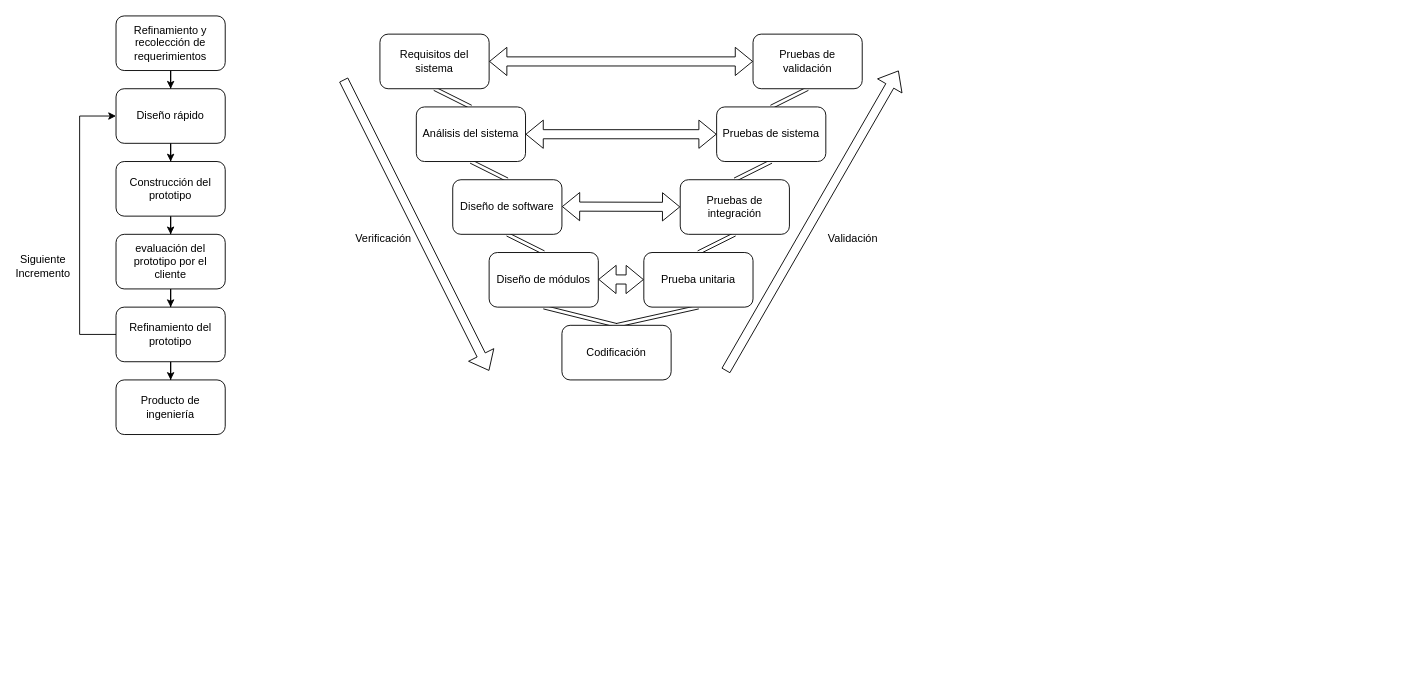
This is Untitled Diagram.drawio from CesarIsraelLeonCifuentes/VideojuegoTesis, a draw.io file, before an edit. Source tidied: cells renumbered, new cells numbered last; positions are measured from the earlier drawing's top-left corner, leaving out a move shared by most shapes. Both pictures are drawn from the tidied source at 91%, with x=0, y=0 at pixel (15, 15).
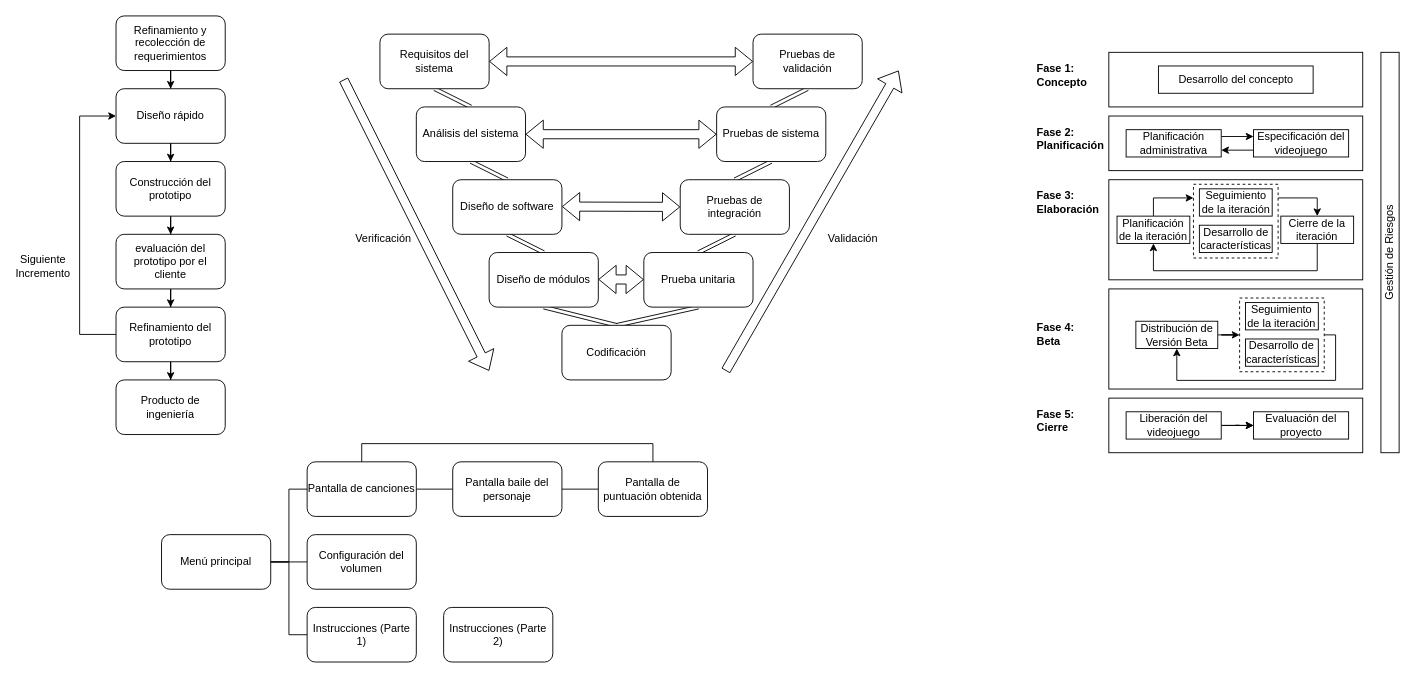
The same page after the edit.

What changed in the source:
```diff
@@
+    <mxCell id="40" style="rounded=0;whiteSpace=wrap;html=1;" parent="1" vertex="1">
+      <mxGeometry x="1201" y="40" width="279" height="60" as="geometry" />
+    </mxCell>
+    <mxCell id="41" value="Desarrollo del concepto" style="rounded=0;whiteSpace=wrap;html=1;" parent="1" vertex="1">
+      <mxGeometry x="1255.5" y="55" width="170" height="30" as="geometry" />
+    </mxCell>
+    <mxCell id="42" value="&lt;b&gt;Fase 1:&lt;br&gt;Concepto&lt;br&gt;&lt;/b&gt;" style="text;html=1;strokeColor=none;fillColor=none;align=left;verticalAlign=middle;whiteSpace=wrap;rounded=0;" parent="1" vertex="1">
+      <mxGeometry x="1120" y="50" width="60" height="30" as="geometry" />
+    </mxCell>
+    <mxCell id="43" style="rounded=0;whiteSpace=wrap;html=1;" parent="1" vertex="1">
+      <mxGeometry x="1201" y="110" width="279" height="60" as="geometry" />
+    </mxCell>
+    <mxCell id="44" style="edgeStyle=orthogonalEdgeStyle;rounded=0;jettySize=auto;html=1;exitX=1;exitY=0.25;exitDx=0;exitDy=0;entryX=0;entryY=0.25;entryDx=0;entryDy=0;" parent="1" edge="1" source="45" target="48">
+      <mxGeometry relative="1" as="geometry" />
+    </mxCell>
+    <mxCell id="45" value="Planificación administrativa" style="rounded=0;whiteSpace=wrap;html=1;" parent="1" vertex="1">
+      <mxGeometry x="1220" y="125" width="104.5" height="30" as="geometry" />
+    </mxCell>
+    <mxCell id="46" value="&lt;b&gt;Fase 2:&lt;br&gt;Planificación&lt;br&gt;&lt;/b&gt;" style="text;html=1;strokeColor=none;fillColor=none;align=left;verticalAlign=middle;whiteSpace=wrap;rounded=0;" parent="1" vertex="1">
+      <mxGeometry x="1120" y="120" width="80" height="30" as="geometry" />
+    </mxCell>
+    <mxCell id="47" style="edgeStyle=orthogonalEdgeStyle;rounded=0;jettySize=auto;html=1;entryX=1;entryY=0.75;entryDx=0;entryDy=0;exitX=0;exitY=0.75;exitDx=0;exitDy=0;" parent="1" edge="1" source="48" target="45">
+      <mxGeometry relative="1" as="geometry" />
+    </mxCell>
+    <mxCell id="48" value="Especificación del videojuego" style="rounded=0;whiteSpace=wrap;html=1;" parent="1" vertex="1">
+      <mxGeometry x="1360" y="125" width="104.5" height="30" as="geometry" />
+    </mxCell>
+    <mxCell id="49" style="rounded=0;whiteSpace=wrap;html=1;" parent="1" vertex="1">
+      <mxGeometry x="1201" y="180" width="279" height="110" as="geometry" />
+    </mxCell>
+    <mxCell id="50" style="edgeStyle=orthogonalEdgeStyle;rounded=0;jettySize=auto;html=1;" parent="1" edge="1" source="51" target="58">
+      <mxGeometry relative="1" as="geometry">
+        <Array as="points">
+          <mxPoint x="1250" y="200" />
+        </Array>
+      </mxGeometry>
+    </mxCell>
+    <mxCell id="51" value="Planificación de la iteración" style="rounded=0;whiteSpace=wrap;html=1;" parent="1" vertex="1">
+      <mxGeometry x="1210" y="220" width="80" height="30" as="geometry" />
+    </mxCell>
+    <mxCell id="52" value="&lt;b&gt;Fase 3:&lt;br&gt;Elaboración&lt;br&gt;&lt;/b&gt;" style="text;html=1;strokeColor=none;fillColor=none;align=left;verticalAlign=middle;whiteSpace=wrap;rounded=0;" parent="1" vertex="1">
+      <mxGeometry x="1120" y="190" width="80" height="30" as="geometry" />
+    </mxCell>
+    <mxCell id="53" style="edgeStyle=orthogonalEdgeStyle;rounded=0;jettySize=auto;html=1;entryX=0.5;entryY=1;entryDx=0;entryDy=0;" parent="1" edge="1" source="54" target="51">
+      <mxGeometry relative="1" as="geometry">
+        <Array as="points">
+          <mxPoint x="1430" y="280" />
+          <mxPoint x="1250" y="280" />
+        </Array>
+      </mxGeometry>
+    </mxCell>
+    <mxCell id="54" value="Cierre de la iteración" style="rounded=0;whiteSpace=wrap;html=1;" parent="1" vertex="1">
+      <mxGeometry x="1390" y="220" width="80" height="30" as="geometry" />
+    </mxCell>
+    <mxCell id="55" value="Seguimiento de la iteración" style="rounded=0;whiteSpace=wrap;html=1;" parent="1" vertex="1">
+      <mxGeometry x="1300.5" y="190" width="80" height="30" as="geometry" />
+    </mxCell>
+    <mxCell id="56" value="Desarrollo de características" style="rounded=0;whiteSpace=wrap;html=1;" parent="1" vertex="1">
+      <mxGeometry x="1300.5" y="230" width="80" height="30" as="geometry" />
+    </mxCell>
+    <mxCell id="57" style="edgeStyle=orthogonalEdgeStyle;rounded=0;jettySize=auto;html=1;exitX=1.001;exitY=0.185;exitDx=0;exitDy=0;entryX=0.5;entryY=0;entryDx=0;entryDy=0;exitPerimeter=0;" parent="1" edge="1" source="58" target="54">
+      <mxGeometry relative="1" as="geometry">
+        <Array as="points">
+          <mxPoint x="1430" y="200" />
+        </Array>
+      </mxGeometry>
+    </mxCell>
+    <mxCell id="58" style="rounded=0;whiteSpace=wrap;html=1;fillColor=none;dashed=1;" parent="1" vertex="1">
+      <mxGeometry x="1294" y="185" width="93" height="81" as="geometry" />
+    </mxCell>
+    <mxCell id="59" style="rounded=0;whiteSpace=wrap;html=1;" parent="1" vertex="1">
+      <mxGeometry x="1201" y="300" width="279" height="110" as="geometry" />
+    </mxCell>
+    <mxCell id="60" style="edgeStyle=orthogonalEdgeStyle;rounded=0;jettySize=auto;html=1;" parent="1" edge="1" source="61" target="66">
+      <mxGeometry relative="1" as="geometry" />
+    </mxCell>
+    <mxCell id="61" value="Distribución de Versión Beta" style="rounded=0;whiteSpace=wrap;html=1;" parent="1" vertex="1">
+      <mxGeometry x="1230.7" y="335.5" width="90" height="30" as="geometry" />
+    </mxCell>
+    <mxCell id="62" value="&lt;b&gt;Fase 4:&lt;br&gt;Beta&lt;br&gt;&lt;/b&gt;" style="text;html=1;strokeColor=none;fillColor=none;align=left;verticalAlign=middle;whiteSpace=wrap;rounded=0;" parent="1" vertex="1">
+      <mxGeometry x="1120" y="335" width="80" height="30" as="geometry" />
+    </mxCell>
+    <mxCell id="63" value="Seguimiento de la iteración" style="rounded=0;whiteSpace=wrap;html=1;" parent="1" vertex="1">
+      <mxGeometry x="1351.2" y="315" width="80" height="30" as="geometry" />
+    </mxCell>
+    <mxCell id="64" value="Desarrollo de características" style="rounded=0;whiteSpace=wrap;html=1;" parent="1" vertex="1">
+      <mxGeometry x="1351.2" y="355" width="80" height="30" as="geometry" />
+    </mxCell>
+    <mxCell id="65" style="edgeStyle=orthogonalEdgeStyle;rounded=0;jettySize=auto;html=1;entryX=0.5;entryY=1;entryDx=0;entryDy=0;" parent="1" edge="1" source="66" target="61">
+      <mxGeometry relative="1" as="geometry">
+        <Array as="points">
+          <mxPoint x="1450.2" y="350.5" />
+          <mxPoint x="1450.2" y="400.5" />
+          <mxPoint x="1276.2" y="400.5" />
+        </Array>
+      </mxGeometry>
+    </mxCell>
+    <mxCell id="66" style="rounded=0;whiteSpace=wrap;html=1;fillColor=none;dashed=1;" parent="1" vertex="1">
+      <mxGeometry x="1344.7" y="310" width="93" height="81" as="geometry" />
+    </mxCell>
+    <mxCell id="67" style="rounded=0;whiteSpace=wrap;html=1;" parent="1" vertex="1">
+      <mxGeometry x="1201" y="420" width="279" height="60" as="geometry" />
+    </mxCell>
+    <mxCell id="68" style="edgeStyle=orthogonalEdgeStyle;rounded=0;jettySize=auto;html=1;" parent="1" edge="1" source="70" target="72">
+      <mxGeometry relative="1" as="geometry" />
+    </mxCell>
+    <mxCell id="69" style="edgeStyle=orthogonalEdgeStyle;rounded=0;jettySize=auto;html=1;entryX=0;entryY=0.5;entryDx=0;entryDy=0;" parent="1" edge="1" source="70" target="72">
+      <mxGeometry relative="1" as="geometry" />
+    </mxCell>
+    <mxCell id="70" value="Liberación del videojuego" style="rounded=0;whiteSpace=wrap;html=1;" parent="1" vertex="1">
+      <mxGeometry x="1220" y="435" width="104.5" height="30" as="geometry" />
+    </mxCell>
+    <mxCell id="71" value="&lt;b&gt;Fase 5:&lt;br&gt;Cierre&lt;br&gt;&lt;/b&gt;" style="text;html=1;strokeColor=none;fillColor=none;align=left;verticalAlign=middle;whiteSpace=wrap;rounded=0;" parent="1" vertex="1">
+      <mxGeometry x="1120" y="430" width="80" height="30" as="geometry" />
+    </mxCell>
+    <mxCell id="72" value="Evaluación del proyecto" style="rounded=0;whiteSpace=wrap;html=1;" parent="1" vertex="1">
+      <mxGeometry x="1360" y="435" width="104.5" height="30" as="geometry" />
+    </mxCell>
+    <mxCell id="73" value="Gestión de Riesgos" style="rounded=0;whiteSpace=wrap;html=1;fillColor=none;horizontal=0;verticalAlign=middle;textDirection=rtl;direction=east;flipH=1;flipV=1;" parent="1" vertex="1">
+      <mxGeometry x="1500" y="40" width="20" height="440" as="geometry" />
+    </mxCell>
+    <mxCell id="74" style="edgeStyle=orthogonalEdgeStyle;rounded=0;jettySize=auto;html=1;entryX=0;entryY=0.5;entryDx=0;entryDy=0;endArrow=none;endFill=0;" parent="1" edge="1" source="77" target="79">
+      <mxGeometry relative="1" as="geometry" />
+    </mxCell>
+    <mxCell id="75" style="edgeStyle=orthogonalEdgeStyle;rounded=0;jettySize=auto;html=1;exitX=1;exitY=0.5;exitDx=0;exitDy=0;endArrow=none;endFill=0;" parent="1" edge="1" source="77" target="80">
+      <mxGeometry relative="1" as="geometry" />
+    </mxCell>
+    <mxCell id="76" style="edgeStyle=orthogonalEdgeStyle;rounded=0;jettySize=auto;html=1;exitX=1;exitY=0.5;exitDx=0;exitDy=0;entryX=0;entryY=0.5;entryDx=0;entryDy=0;endArrow=none;endFill=0;" parent="1" edge="1" source="77" target="81">
+      <mxGeometry relative="1" as="geometry" />
+    </mxCell>
+    <mxCell id="77" value="Menú principal" style="rounded=1;whiteSpace=wrap;html=1;fillColor=none;" parent="1" vertex="1">
+      <mxGeometry x="160" y="570" width="120" height="60" as="geometry" />
+    </mxCell>
+    <mxCell id="78" style="edgeStyle=orthogonalEdgeStyle;rounded=0;jettySize=auto;html=1;exitX=1;exitY=0.5;exitDx=0;exitDy=0;entryX=0;entryY=0.5;entryDx=0;entryDy=0;endArrow=none;endFill=0;" parent="1" edge="1" source="79" target="84">
+      <mxGeometry relative="1" as="geometry" />
+    </mxCell>
+    <mxCell id="79" value="Pantalla de canciones" style="rounded=1;whiteSpace=wrap;html=1;fillColor=none;" parent="1" vertex="1">
+      <mxGeometry x="320" y="490" width="120" height="60" as="geometry" />
+    </mxCell>
+    <mxCell id="80" value="Configuración del volumen" style="rounded=1;whiteSpace=wrap;html=1;fillColor=none;" parent="1" vertex="1">
+      <mxGeometry x="320" y="570" width="120" height="60" as="geometry" />
+    </mxCell>
+    <mxCell id="81" value="Instrucciones (Parte 1)" style="rounded=1;whiteSpace=wrap;html=1;fillColor=none;" parent="1" vertex="1">
+      <mxGeometry x="320" y="650" width="120" height="60" as="geometry" />
+    </mxCell>
+    <mxCell id="82" value="Instrucciones (Parte 2)" style="rounded=1;whiteSpace=wrap;html=1;fillColor=none;" parent="1" vertex="1">
+      <mxGeometry x="470" y="650" width="120" height="60" as="geometry" />
+    </mxCell>
+    <mxCell id="83" style="edgeStyle=orthogonalEdgeStyle;rounded=0;jettySize=auto;html=1;exitX=1;exitY=0.5;exitDx=0;exitDy=0;entryX=0;entryY=0.5;entryDx=0;entryDy=0;endArrow=none;endFill=0;" parent="1" edge="1" source="84" target="86">
+      <mxGeometry relative="1" as="geometry" />
+    </mxCell>
+    <mxCell id="84" value="Pantalla baile del personaje" style="rounded=1;whiteSpace=wrap;html=1;fillColor=none;" parent="1" vertex="1">
+      <mxGeometry x="480" y="490" width="120" height="60" as="geometry" />
+    </mxCell>
+    <mxCell id="85" style="edgeStyle=orthogonalEdgeStyle;rounded=0;jettySize=auto;html=1;exitX=0.5;exitY=0;exitDx=0;exitDy=0;entryX=0.5;entryY=0;entryDx=0;entryDy=0;endArrow=none;endFill=0;" parent="1" edge="1" source="86" target="79">
+      <mxGeometry relative="1" as="geometry" />
+    </mxCell>
+    <mxCell id="86" value="Pantalla de puntuación obtenida" style="rounded=1;whiteSpace=wrap;html=1;fillColor=none;" parent="1" vertex="1">
+      <mxGeometry x="640" y="490" width="120" height="60" as="geometry" />
+    </mxCell>
```
